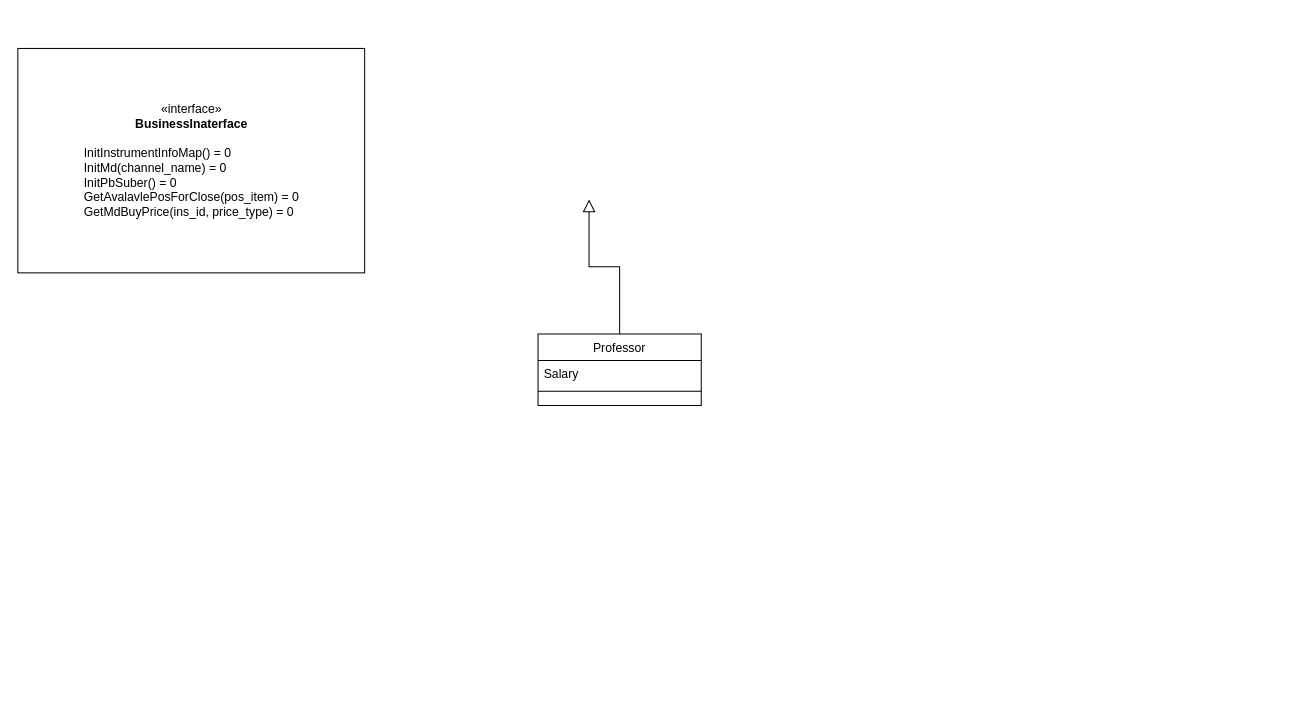
Earlier version of the draw.io diagram Untitled Diagram.drawio (rullox/homework). Source tidied: cells renumbered, new cells numbered last; positions are measured from the earlier drawing's top-left corner, leaving out a move shared by most shapes. Both pictures are drawn from the tidied source at 102%, with x=0, y=0 at pixel (17, 48).
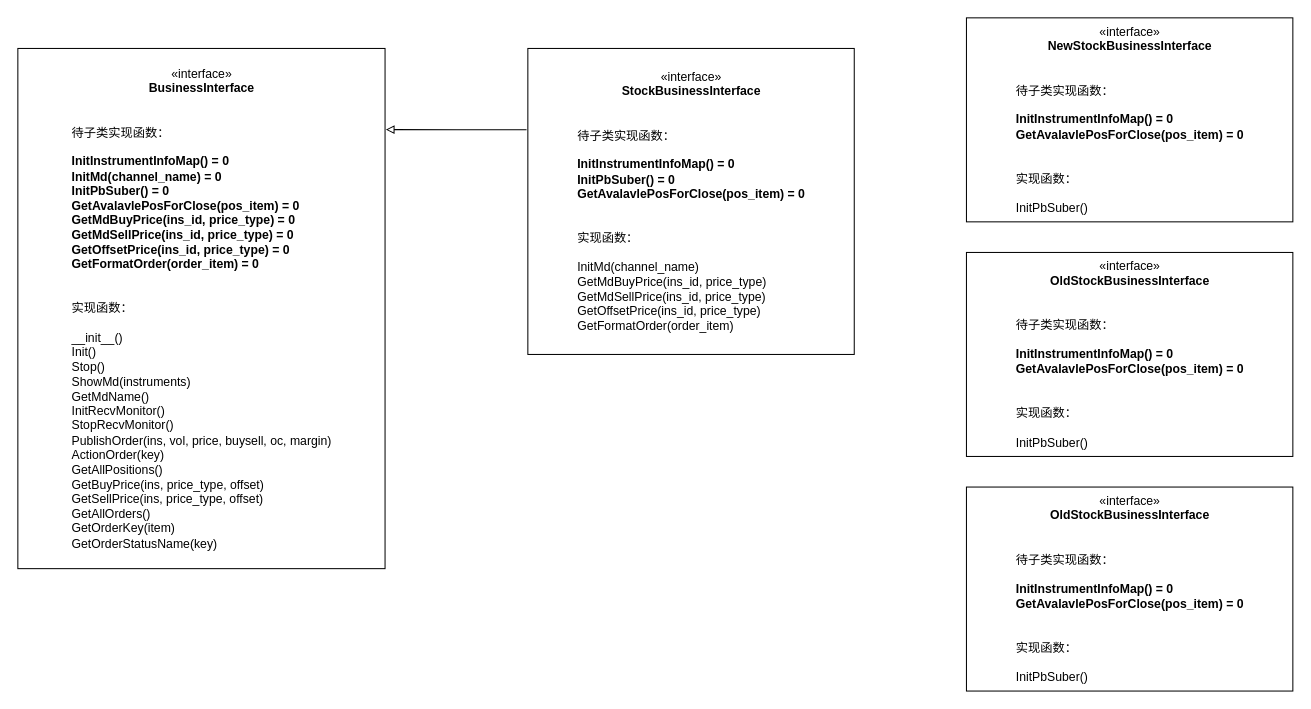
Above is the later version.

Change to the diagram source:
```diff
@@
 <mxGraphModel>
   <root>
     <mxCell id="0" />
     <mxCell id="1" parent="0" />
-    <mxCell id="2" value="Professor" style="swimlane;fontStyle=0;align=center;verticalAlign=top;horizontal=1;startSize=26;rounded=0;shadow=0;strokeWidth=1;" parent="1" vertex="1">
-      <mxGeometry x="510" y="280" width="160" height="70" as="geometry" />
-    </mxCell>
-    <mxCell id="3" value="Salary" style="text;align=left;verticalAlign=top;spacingLeft=4;spacingRight=4;overflow=hidden;" parent="2" vertex="1">
-      <mxGeometry y="26" width="160" height="26" as="geometry" />
-    </mxCell>
-    <mxCell id="4" style="line;html=1;strokeWidth=1;align=left;verticalAlign=middle;spacingTop=-1;spacingLeft=3;spacingRight=3;labelPosition=right;" parent="2" vertex="1">
-      <mxGeometry y="52" width="160" height="8" as="geometry" />
-    </mxCell>
-    <mxCell id="5" style="endArrow=block;endSize=10;endFill=0;shadow=0;strokeWidth=1;rounded=0;edgeStyle=elbowEdgeStyle;elbow=vertical;" parent="1" edge="1" source="2">
-      <mxGeometry relative="1" as="geometry">
-        <mxPoint x="560" y="148" as="targetPoint" />
-      </mxGeometry>
-    </mxCell>
+    <mxCell id="7" style="edgeStyle=orthogonalEdgeStyle;rounded=0;jettySize=auto;html=1;exitX=-0.004;exitY=0.266;exitDx=0;exitDy=0;endArrow=block;endFill=0;exitPerimeter=0;entryX=1.002;entryY=0.156;entryDx=0;entryDy=0;entryPerimeter=0;" parent="1" edge="1" source="8" target="6">
+      <mxGeometry relative="1" as="geometry" />
+    </mxCell>
+    <mxCell id="8" value="&lt;br&gt;«interface»&lt;br&gt;&lt;b&gt;StockBusinessInterface&lt;/b&gt;&lt;br&gt;&lt;br&gt;&lt;br&gt;&lt;div style=&quot;text-align: left;&quot;&gt;待子类实现函数：&lt;/div&gt;&lt;div style=&quot;text-align: left;&quot;&gt;&lt;br&gt;&lt;/div&gt;&lt;div style=&quot;text-align: left;&quot;&gt;&lt;div&gt;&lt;span style=&quot;background-color: initial;&quot;&gt;&lt;b&gt;InitInstrumentInfoMap() = 0&lt;/b&gt;&lt;/span&gt;&lt;/div&gt;&lt;div&gt;&lt;span style=&quot;background-color: initial;&quot;&gt;&lt;b&gt;InitPbSuber() = 0&lt;/b&gt;&lt;/span&gt;&lt;/div&gt;&lt;div&gt;&lt;span style=&quot;background-color: initial;&quot;&gt;&lt;b&gt;GetAvalavlePosForClose(pos_item) = 0&lt;/b&gt;&lt;/span&gt;&lt;/div&gt;&lt;/div&gt;&lt;div style=&quot;text-align: left;&quot;&gt;&lt;br&gt;&lt;/div&gt;&lt;div style=&quot;text-align: left;&quot;&gt;&lt;br&gt;&lt;/div&gt;&lt;div style=&quot;text-align: left;&quot;&gt;实现函数：&lt;/div&gt;&lt;div style=&quot;text-align: left;&quot;&gt;&lt;br&gt;&lt;/div&gt;&lt;div style=&quot;text-align: left;&quot;&gt;InitMd(channel_name)&lt;br&gt;&lt;/div&gt;&lt;div style=&quot;text-align: left;&quot;&gt;&lt;div&gt;&lt;span style=&quot;background-color: initial;&quot;&gt;GetMdBuyPrice(ins_id, price_type)&amp;nbsp;&lt;/span&gt;&lt;/div&gt;&lt;div&gt;GetMdSellPrice(ins_id, price_type)&lt;span style=&quot;background-color: initial;&quot;&gt;&lt;br&gt;&lt;/span&gt;&lt;/div&gt;&lt;div&gt;GetOffsetPrice(ins_id, price_type)&lt;br&gt;&lt;/div&gt;&lt;div&gt;GetFormatOrder(order_item)&lt;/div&gt;&lt;/div&gt;&lt;div style=&quot;text-align: left;&quot;&gt;&lt;br&gt;&lt;/div&gt;" style="html=1;" parent="1" vertex="1">
+      <mxGeometry x="500" width="320" height="300" as="geometry" />
+    </mxCell>
-    <mxCell id="6" value="«interface»&lt;br&gt;&lt;b&gt;BusinessInaterface&lt;br&gt;&lt;/b&gt;&lt;br&gt;&lt;div style=&quot;text-align: left;&quot;&gt;&lt;span style=&quot;background-color: initial;&quot;&gt;InitInstrumentInfoMap() = 0&lt;/span&gt;&lt;/div&gt;&lt;div style=&quot;text-align: left;&quot;&gt;&lt;span style=&quot;background-color: initial;&quot;&gt;InitMd(channel_name) = 0&lt;/span&gt;&lt;/div&gt;&lt;div style=&quot;text-align: left;&quot;&gt;&lt;span style=&quot;background-color: initial;&quot;&gt;InitPbSuber() = 0&lt;/span&gt;&lt;/div&gt;&lt;div style=&quot;text-align: left;&quot;&gt;&lt;span style=&quot;background-color: initial;&quot;&gt;GetAvalavlePosForClose(pos_item) = 0&lt;/span&gt;&lt;/div&gt;&lt;div style=&quot;text-align: left;&quot;&gt;&lt;span style=&quot;background-color: initial;&quot;&gt;GetMdBuyPrice(ins_id, price_type) = 0&lt;/span&gt;&lt;/div&gt;" style="html=1;" parent="1" vertex="1">
-      <mxGeometry width="340" height="220" as="geometry" />
+    <mxCell id="6" value="&lt;br&gt;«interface»&lt;br&gt;&lt;b&gt;BusinessInterface&lt;br&gt;&lt;/b&gt;&lt;br&gt;&lt;div style=&quot;text-align: left;&quot;&gt;&lt;br&gt;&lt;/div&gt;&lt;div style=&quot;text-align: left;&quot;&gt;待子类实现函数：&lt;/div&gt;&lt;div style=&quot;text-align: left;&quot;&gt;&lt;br&gt;&lt;/div&gt;&lt;div style=&quot;text-align: left;&quot;&gt;&lt;span style=&quot;background-color: initial;&quot;&gt;&lt;b&gt;InitInstrumentInfoMap() = 0&lt;/b&gt;&lt;/span&gt;&lt;/div&gt;&lt;div style=&quot;text-align: left;&quot;&gt;&lt;span style=&quot;background-color: initial;&quot;&gt;&lt;b&gt;InitMd(channel_name) = 0&lt;/b&gt;&lt;/span&gt;&lt;/div&gt;&lt;div style=&quot;text-align: left;&quot;&gt;&lt;span style=&quot;background-color: initial;&quot;&gt;&lt;b&gt;InitPbSuber() = 0&lt;/b&gt;&lt;/span&gt;&lt;/div&gt;&lt;div style=&quot;text-align: left;&quot;&gt;&lt;span style=&quot;background-color: initial;&quot;&gt;&lt;b&gt;GetAvalavlePosForClose(pos_item) = 0&lt;/b&gt;&lt;/span&gt;&lt;/div&gt;&lt;div style=&quot;text-align: left;&quot;&gt;&lt;span style=&quot;background-color: initial;&quot;&gt;&lt;b&gt;GetMdBuyPrice(ins_id, price_type) = 0&lt;/b&gt;&lt;/span&gt;&lt;/div&gt;&lt;div style=&quot;text-align: left;&quot;&gt;&lt;b&gt;GetMdSellPrice(ins_id, price_type) = 0&lt;span style=&quot;background-color: initial;&quot;&gt;&lt;br&gt;&lt;/span&gt;&lt;/b&gt;&lt;/div&gt;&lt;div style=&quot;text-align: left;&quot;&gt;&lt;b&gt;GetOffsetPrice(ins_id, price_type) = 0&lt;br&gt;&lt;/b&gt;&lt;/div&gt;&lt;div style=&quot;text-align: left;&quot;&gt;&lt;b&gt;GetFormatOrder(order_item) = 0&lt;/b&gt;&lt;/div&gt;&lt;div style=&quot;text-align: left;&quot;&gt;&lt;br&gt;&lt;/div&gt;&lt;div style=&quot;text-align: left;&quot;&gt;&lt;br&gt;&lt;/div&gt;&lt;div style=&quot;text-align: left;&quot;&gt;实现函数：&lt;/div&gt;&lt;div style=&quot;text-align: left;&quot;&gt;&lt;br&gt;&lt;/div&gt;&lt;div style=&quot;text-align: left;&quot;&gt;__init__()&lt;/div&gt;&lt;div style=&quot;text-align: left;&quot;&gt;Init()&lt;/div&gt;&lt;div style=&quot;text-align: left;&quot;&gt;Stop()&lt;/div&gt;&lt;div style=&quot;text-align: left;&quot;&gt;ShowMd(instruments)&lt;/div&gt;&lt;div style=&quot;text-align: left;&quot;&gt;GetMdName()&lt;/div&gt;&lt;div style=&quot;text-align: left;&quot;&gt;InitRecvMonitor()&lt;/div&gt;&lt;div style=&quot;text-align: left;&quot;&gt;StopRecvMonitor()&lt;/div&gt;&lt;div style=&quot;text-align: left;&quot;&gt;PublishOrder(ins, vol, price, buysell, oc, margin)&lt;/div&gt;&lt;div style=&quot;text-align: left;&quot;&gt;ActionOrder(key)&lt;/div&gt;&lt;div style=&quot;text-align: left;&quot;&gt;GetAllPositions()&lt;/div&gt;&lt;div style=&quot;text-align: left;&quot;&gt;GetBuyPrice(ins, price_type, offset)&lt;/div&gt;&lt;div style=&quot;text-align: left;&quot;&gt;GetSellPrice(ins, price_type, offset)&lt;/div&gt;&lt;div style=&quot;text-align: left;&quot;&gt;GetAllOrders()&lt;/div&gt;&lt;div style=&quot;text-align: left;&quot;&gt;GetOrderKey(item)&lt;/div&gt;&lt;div style=&quot;text-align: left;&quot;&gt;GetOrderStatusName(key)&lt;/div&gt;&lt;div style=&quot;text-align: left;&quot;&gt;&lt;br&gt;&lt;/div&gt;" style="html=1;" parent="1" vertex="1">
+      <mxGeometry width="360" height="510" as="geometry" />
     </mxCell>
+    <mxCell id="9" value="«interface»&lt;br&gt;&lt;b&gt;NewStockBusinessInterface&lt;/b&gt;&lt;br&gt;&lt;br&gt;&lt;br&gt;&lt;div style=&quot;text-align: left;&quot;&gt;待子类实现函数：&lt;/div&gt;&lt;div style=&quot;text-align: left;&quot;&gt;&lt;br&gt;&lt;/div&gt;&lt;div style=&quot;text-align: left;&quot;&gt;&lt;div&gt;&lt;span style=&quot;background-color: initial;&quot;&gt;&lt;b&gt;InitInstrumentInfoMap() = 0&lt;/b&gt;&lt;/span&gt;&lt;/div&gt;&lt;div&gt;&lt;span style=&quot;background-color: initial;&quot;&gt;&lt;b&gt;GetAvalavlePosForClose(pos_item) = 0&lt;/b&gt;&lt;/span&gt;&lt;/div&gt;&lt;/div&gt;&lt;div style=&quot;text-align: left;&quot;&gt;&lt;br&gt;&lt;/div&gt;&lt;div style=&quot;text-align: left;&quot;&gt;&lt;br&gt;&lt;/div&gt;&lt;div style=&quot;text-align: left;&quot;&gt;实现函数：&lt;/div&gt;&lt;div style=&quot;text-align: left;&quot;&gt;&lt;br&gt;&lt;/div&gt;&lt;div style=&quot;text-align: left;&quot;&gt;&lt;span style=&quot;background-color: initial;&quot;&gt;InitPbSuber()&lt;/span&gt;&lt;/div&gt;" style="html=1;" parent="1" vertex="1">
+      <mxGeometry x="930" y="-30" width="320" height="200" as="geometry" />
+    </mxCell>
+    <mxCell id="10" value="«interface»&lt;br&gt;&lt;b&gt;OldStockBusinessInterface&lt;/b&gt;&lt;br&gt;&lt;br&gt;&lt;br&gt;&lt;div style=&quot;text-align: left;&quot;&gt;待子类实现函数：&lt;/div&gt;&lt;div style=&quot;text-align: left;&quot;&gt;&lt;br&gt;&lt;/div&gt;&lt;div style=&quot;text-align: left;&quot;&gt;&lt;div&gt;&lt;span style=&quot;background-color: initial;&quot;&gt;&lt;b&gt;InitInstrumentInfoMap() = 0&lt;/b&gt;&lt;/span&gt;&lt;/div&gt;&lt;div&gt;&lt;span style=&quot;background-color: initial;&quot;&gt;&lt;b&gt;GetAvalavlePosForClose(pos_item) = 0&lt;/b&gt;&lt;/span&gt;&lt;/div&gt;&lt;/div&gt;&lt;div style=&quot;text-align: left;&quot;&gt;&lt;br&gt;&lt;/div&gt;&lt;div style=&quot;text-align: left;&quot;&gt;&lt;br&gt;&lt;/div&gt;&lt;div style=&quot;text-align: left;&quot;&gt;实现函数：&lt;/div&gt;&lt;div style=&quot;text-align: left;&quot;&gt;&lt;br&gt;&lt;/div&gt;&lt;div style=&quot;text-align: left;&quot;&gt;&lt;span style=&quot;background-color: initial;&quot;&gt;InitPbSuber()&lt;/span&gt;&lt;/div&gt;" style="html=1;" parent="1" vertex="1">
+      <mxGeometry x="930" y="200" width="320" height="200" as="geometry" />
+    </mxCell>
+    <mxCell id="11" value="«interface»&lt;br&gt;&lt;b&gt;OldStockBusinessInterface&lt;/b&gt;&lt;br&gt;&lt;br&gt;&lt;br&gt;&lt;div style=&quot;text-align: left;&quot;&gt;待子类实现函数：&lt;/div&gt;&lt;div style=&quot;text-align: left;&quot;&gt;&lt;br&gt;&lt;/div&gt;&lt;div style=&quot;text-align: left;&quot;&gt;&lt;div&gt;&lt;span style=&quot;background-color: initial;&quot;&gt;&lt;b&gt;InitInstrumentInfoMap() = 0&lt;/b&gt;&lt;/span&gt;&lt;/div&gt;&lt;div&gt;&lt;span style=&quot;background-color: initial;&quot;&gt;&lt;b&gt;GetAvalavlePosForClose(pos_item) = 0&lt;/b&gt;&lt;/span&gt;&lt;/div&gt;&lt;/div&gt;&lt;div style=&quot;text-align: left;&quot;&gt;&lt;br&gt;&lt;/div&gt;&lt;div style=&quot;text-align: left;&quot;&gt;&lt;br&gt;&lt;/div&gt;&lt;div style=&quot;text-align: left;&quot;&gt;实现函数：&lt;/div&gt;&lt;div style=&quot;text-align: left;&quot;&gt;&lt;br&gt;&lt;/div&gt;&lt;div style=&quot;text-align: left;&quot;&gt;&lt;span style=&quot;background-color: initial;&quot;&gt;InitPbSuber()&lt;/span&gt;&lt;/div&gt;" style="html=1;" parent="1" vertex="1">
+      <mxGeometry x="930" y="430" width="320" height="200" as="geometry" />
+    </mxCell>
   </root>
 </mxGraphModel>
```
